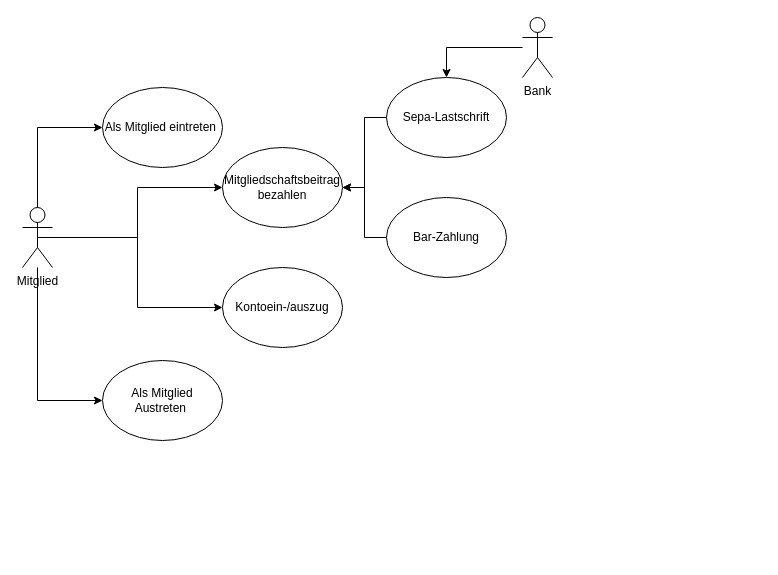
The draw.io diagram Use-Case-Diagramm.drawio in ldieckmann/MitgliederVerwaltung, before the edit. Source tidied: cells renumbered, new cells numbered last; positions are measured from the earlier drawing's top-left corner, leaving out a move shared by most shapes. Both pictures are drawn from the tidied source at 100%, with x=0, y=0 at pixel (22, 17).
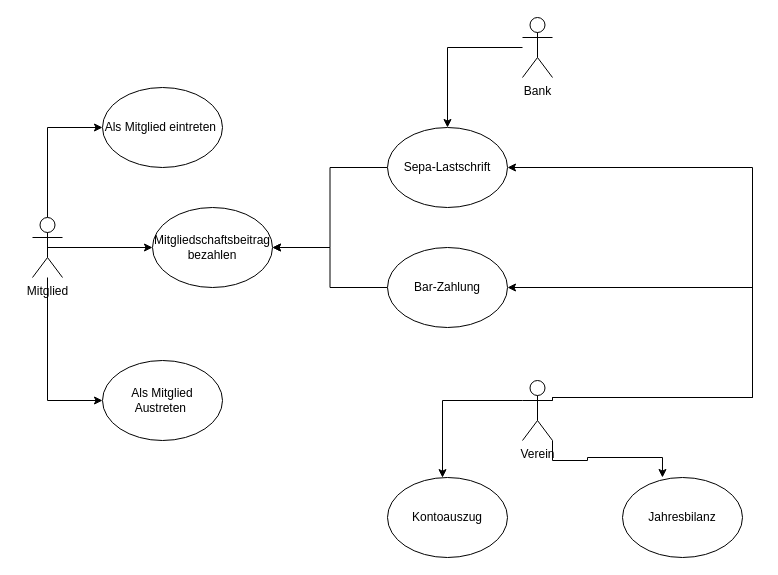
After the change.

Commit message (it also covers changes not shown here):
Gen Jrnl & Diagrams

The change refers to these unchanged cells:
```xml
<mxCell id="7" value="Als Mitglied eintreten&amp;nbsp;" style="ellipse;whiteSpace=wrap;html=1;" parent="1" vertex="1">
  <mxGeometry x="80" y="70" width="120" height="80" as="geometry" />
</mxCell>
<mxCell id="8" value="Als Mitglied Austreten&amp;nbsp;" style="ellipse;whiteSpace=wrap;html=1;" parent="1" vertex="1">
  <mxGeometry x="80" y="343" width="120" height="80" as="geometry" />
</mxCell>
```

Diff of the diagram source:
```diff
@@
-    <mxCell id="2" style="edgeStyle=orthogonalEdgeStyle;rounded=0;jettySize=auto;html=1;exitX=0.5;exitY=0.5;exitDx=0;exitDy=0;exitPerimeter=0;entryX=0;entryY=0.5;entryDx=0;entryDy=0;" parent="1" edge="1" source="6" target="7">
-      <mxGeometry relative="1" as="geometry">
-        <Array as="points">
-          <mxPoint x="15" y="110" />
-        </Array>
-      </mxGeometry>
-    </mxCell>
-    <mxCell id="3" style="edgeStyle=orthogonalEdgeStyle;rounded=0;jettySize=auto;html=1;entryX=0;entryY=0.5;entryDx=0;entryDy=0;" parent="1" edge="1" source="6" target="8">
-      <mxGeometry relative="1" as="geometry">
-        <Array as="points">
-          <mxPoint x="15" y="383" />
-        </Array>
-      </mxGeometry>
-    </mxCell>
-    <mxCell id="4" style="edgeStyle=orthogonalEdgeStyle;rounded=0;jettySize=auto;html=1;exitX=0.5;exitY=0.5;exitDx=0;exitDy=0;exitPerimeter=0;entryX=0;entryY=0.5;entryDx=0;entryDy=0;" parent="1" edge="1" source="6" target="9">
+    <mxCell id="4" style="edgeStyle=orthogonalEdgeStyle;rounded=0;jettySize=auto;html=1;exitX=0.5;exitY=0.5;exitDx=0;exitDy=0;exitPerimeter=0;entryX=0;entryY=0.5;entryDx=0;entryDy=0;" parent="1" edge="1" source="22" target="9">
       <mxGeometry relative="1" as="geometry" />
     </mxCell>
-    <mxCell id="5" style="edgeStyle=orthogonalEdgeStyle;rounded=0;jettySize=auto;html=1;exitX=0.5;exitY=0.5;exitDx=0;exitDy=0;exitPerimeter=0;entryX=0;entryY=0.5;entryDx=0;entryDy=0;" parent="1" edge="1" source="6" target="16">
-      <mxGeometry relative="1" as="geometry" />
+    <mxCell id="5" style="edgeStyle=orthogonalEdgeStyle;rounded=0;jettySize=auto;html=1;exitX=0;exitY=0.3333333333333333;exitDx=0;exitDy=0;exitPerimeter=0;" parent="1" edge="1" source="6" target="16">
+      <mxGeometry relative="1" as="geometry">
+        <Array as="points">
+          <mxPoint x="420" y="383" />
+        </Array>
+      </mxGeometry>
     </mxCell>
+    <mxCell id="17" style="edgeStyle=orthogonalEdgeStyle;rounded=0;jettySize=auto;html=1;exitX=1;exitY=0.3333333333333333;exitDx=0;exitDy=0;exitPerimeter=0;entryX=1;entryY=0.5;entryDx=0;entryDy=0;" parent="1" edge="1" source="6" target="15">
+      <mxGeometry relative="1" as="geometry">
+        <Array as="points">
+          <mxPoint x="530" y="380" />
+          <mxPoint x="730" y="380" />
+          <mxPoint x="730" y="270" />
+        </Array>
+      </mxGeometry>
+    </mxCell>
+    <mxCell id="18" style="edgeStyle=orthogonalEdgeStyle;rounded=0;jettySize=auto;html=1;exitX=1;exitY=0.3333333333333333;exitDx=0;exitDy=0;exitPerimeter=0;entryX=1;entryY=0.5;entryDx=0;entryDy=0;" parent="1" edge="1" source="6" target="11">
+      <mxGeometry relative="1" as="geometry">
+        <Array as="points">
+          <mxPoint x="530" y="380" />
+          <mxPoint x="730" y="380" />
+          <mxPoint x="730" y="150" />
+        </Array>
+      </mxGeometry>
+    </mxCell>
+    <mxCell id="19" style="edgeStyle=orthogonalEdgeStyle;rounded=0;jettySize=auto;html=1;exitX=1;exitY=1;exitDx=0;exitDy=0;exitPerimeter=0;entryX=0.333;entryY=0;entryDx=0;entryDy=0;entryPerimeter=0;" parent="1" edge="1" source="6" target="24">
+      <mxGeometry relative="1" as="geometry" />
+    </mxCell>
-    <mxCell id="6" value="Mitglied" style="shape=umlActor;verticalLabelPosition=bottom;verticalAlign=top;html=1;outlineConnect=0;" parent="1" vertex="1">
-      <mxGeometry y="190" width="30" height="60" as="geometry" />
+    <mxCell id="6" value="Verein" style="shape=umlActor;verticalLabelPosition=bottom;verticalAlign=top;html=1;outlineConnect=0;" parent="1" vertex="1">
+      <mxGeometry x="500" y="363" width="30" height="60" as="geometry" />
     </mxCell>
@@
     <mxCell id="9" value="Mitgliedschaftsbeitrag bezahlen" style="ellipse;whiteSpace=wrap;html=1;" parent="1" vertex="1">
-      <mxGeometry x="200" y="130" width="120" height="80" as="geometry" />
+      <mxGeometry x="130" y="190" width="120" height="80" as="geometry" />
     </mxCell>
@@
     <mxCell id="11" value="Sepa-Lastschrift" style="ellipse;whiteSpace=wrap;html=1;" parent="1" vertex="1">
-      <mxGeometry x="364" y="60" width="120" height="80" as="geometry" />
+      <mxGeometry x="365" y="110" width="120" height="80" as="geometry" />
     </mxCell>
@@
     <mxCell id="15" value="Bar-Zahlung" style="ellipse;whiteSpace=wrap;html=1;" parent="1" vertex="1">
-      <mxGeometry x="364" y="180" width="120" height="80" as="geometry" />
+      <mxGeometry x="365" y="230" width="120" height="80" as="geometry" />
     </mxCell>
-    <mxCell id="16" value="Kontoein-/auszug" style="ellipse;whiteSpace=wrap;html=1;" parent="1" vertex="1">
-      <mxGeometry x="200" y="250" width="120" height="80" as="geometry" />
+    <mxCell id="16" value="Kontoauszug" style="ellipse;whiteSpace=wrap;html=1;" parent="1" vertex="1">
+      <mxGeometry x="365" y="460" width="120" height="80" as="geometry" />
     </mxCell>
+    <mxCell id="20" style="edgeStyle=orthogonalEdgeStyle;rounded=0;jettySize=auto;html=1;exitX=0.5;exitY=0;exitDx=0;exitDy=0;exitPerimeter=0;entryX=0;entryY=0.5;entryDx=0;entryDy=0;" parent="1" edge="1" source="22" target="7">
+      <mxGeometry relative="1" as="geometry" />
+    </mxCell>
+    <mxCell id="21" style="edgeStyle=orthogonalEdgeStyle;rounded=0;jettySize=auto;html=1;entryX=0;entryY=0.5;entryDx=0;entryDy=0;" parent="1" edge="1" source="22" target="8">
+      <mxGeometry relative="1" as="geometry">
+        <Array as="points">
+          <mxPoint x="25" y="383" />
+        </Array>
+      </mxGeometry>
+    </mxCell>
+    <mxCell id="22" value="Mitglied" style="shape=umlActor;verticalLabelPosition=bottom;verticalAlign=top;html=1;outlineConnect=0;" parent="1" vertex="1">
+      <mxGeometry x="10" y="200" width="30" height="60" as="geometry" />
+    </mxCell>
+    <mxCell id="23" style="edgeStyle=orthogonalEdgeStyle;rounded=0;orthogonalLoop=1;jettySize=auto;html=1;exitX=0.5;exitY=1;exitDx=0;exitDy=0;" parent="1" edge="1" source="7" target="7">
+      <mxGeometry relative="1" as="geometry" />
+    </mxCell>
+    <mxCell id="24" value="Jahresbilanz" style="ellipse;whiteSpace=wrap;html=1;" parent="1" vertex="1">
+      <mxGeometry x="600" y="460" width="120" height="80" as="geometry" />
+    </mxCell>
```
